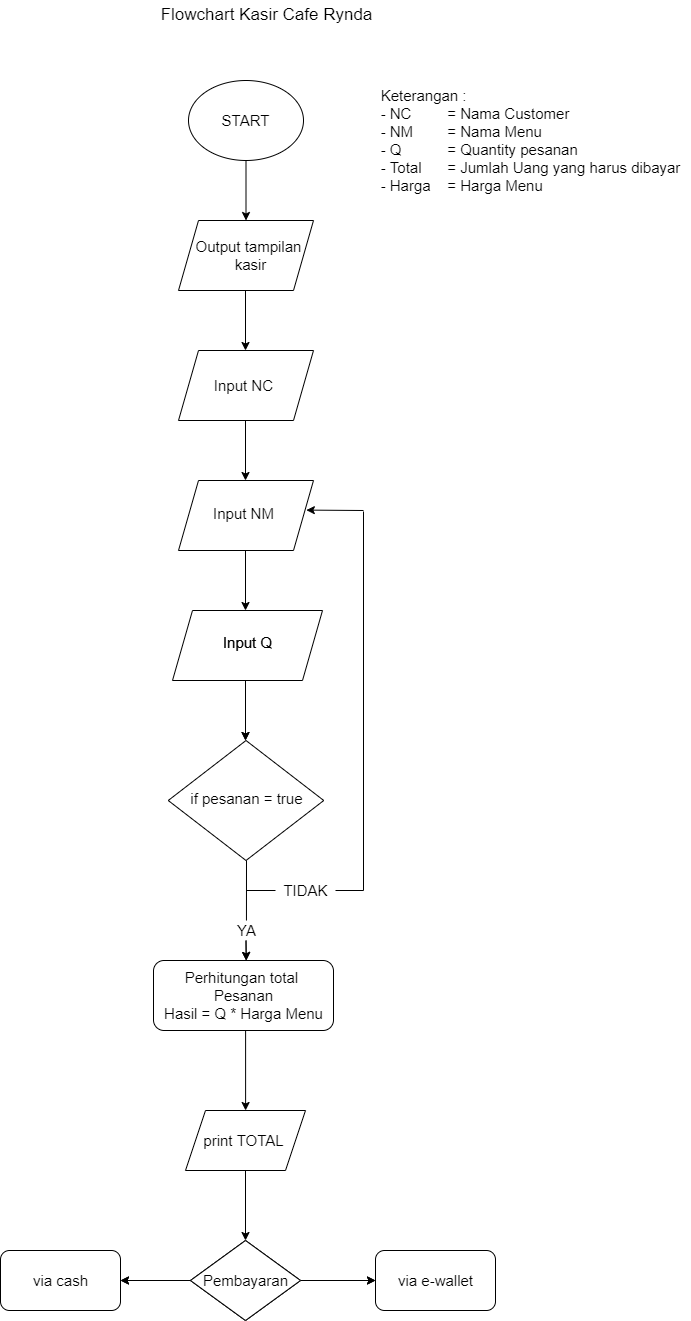
This is flowchart.drawio.png from meiryndalr/meiryndalr_program_kasir_rynda_cafe, a draw.io export, as it was before one commit. Source tidied: cells renumbered, new cells last; positions are measured from the earlier drawing's top-left corner, leaving out a move shared by most shapes.
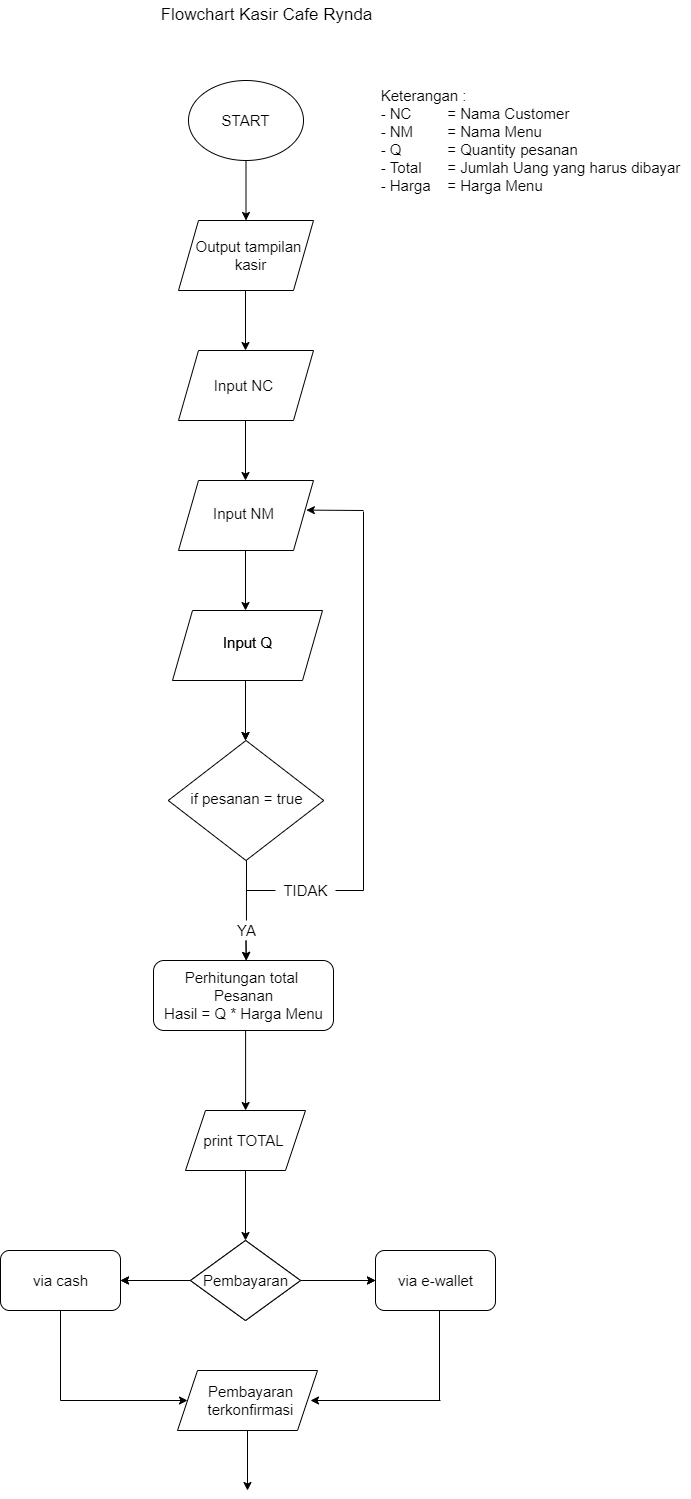
After the change.

Commit message:
add chart output konfirmasi pembayaran from processing pembayaran

What changed in the source:
```diff
@@ -191,5 +191,42 @@
     <mxCell id="49" value="via e-wallet" style="text;html=1;align=center;verticalAlign=middle;fillColor=none;strokeColor=none;rounded=0;fontSize=15;" parent="1" vertex="1">
       <mxGeometry x="390" y="1270" width="90" height="20" as="geometry" />
     </mxCell>
+    <mxCell id="50" style="endArrow=classic;html=1;fontSize=15;" parent="1" edge="1" target="52">
+      <mxGeometry relative="1" as="geometry">
+        <mxPoint x="60" y="1400" as="sourcePoint" />
+        <Array as="points">
+          <mxPoint x="60" y="1400" />
+        </Array>
+      </mxGeometry>
+    </mxCell>
+    <mxCell id="51" style="endArrow=none;html=1;fontSize=15;entryX=0.5;entryY=1;entryDx=0;entryDy=0;" parent="1" edge="1">
+      <mxGeometry relative="1" as="geometry">
+        <mxPoint x="60" y="1400" as="sourcePoint" />
+        <mxPoint x="60" y="1310" as="targetPoint" />
+      </mxGeometry>
+    </mxCell>
+    <mxCell id="52" style="shape=parallelogram;perimeter=parallelogramPerimeter;whiteSpace=wrap;html=1;fixedSize=1;fontSize=15;strokeWidth=1;" parent="1" vertex="1">
+      <mxGeometry x="177" y="1370" width="140" height="60" as="geometry" />
+    </mxCell>
+    <mxCell id="53" style="endArrow=none;html=1;fontSize=15;entryX=0.5;entryY=1;entryDx=0;entryDy=0;" parent="1" edge="1">
+      <mxGeometry relative="1" as="geometry">
+        <mxPoint x="439" y="1400" as="sourcePoint" />
+        <mxPoint x="439" y="1310" as="targetPoint" />
+      </mxGeometry>
+    </mxCell>
+    <mxCell id="54" style="edgeStyle=none;html=1;fontSize=15;exitX=0.5;exitY=1;exitDx=0;exitDy=0;entryX=0.475;entryY=0;entryDx=0;entryDy=0;entryPerimeter=0;" parent="1" edge="1" source="52">
+      <mxGeometry relative="1" as="geometry">
+        <mxPoint x="247" y="1490" as="targetPoint" />
+      </mxGeometry>
+    </mxCell>
+    <mxCell id="55" value="&lt;div&gt;&lt;span&gt;Pembayaran&lt;/span&gt;&lt;/div&gt;&lt;div&gt;&lt;span&gt;terkonfirmasi&lt;/span&gt;&lt;/div&gt;" style="text;html=1;align=center;verticalAlign=middle;fillColor=none;strokeColor=none;rounded=0;fontSize=15;" parent="1" vertex="1">
+      <mxGeometry x="200" y="1380" width="100" height="40" as="geometry" />
+    </mxCell>
+    <mxCell id="56" style="endArrow=classic;html=1;fontSize=15;" parent="1" edge="1">
+      <mxGeometry relative="1" as="geometry">
+        <mxPoint x="440" y="1400" as="sourcePoint" />
+        <mxPoint x="310" y="1400" as="targetPoint" />
+      </mxGeometry>
+    </mxCell>
   </root>
 </mxGraphModel>
```
